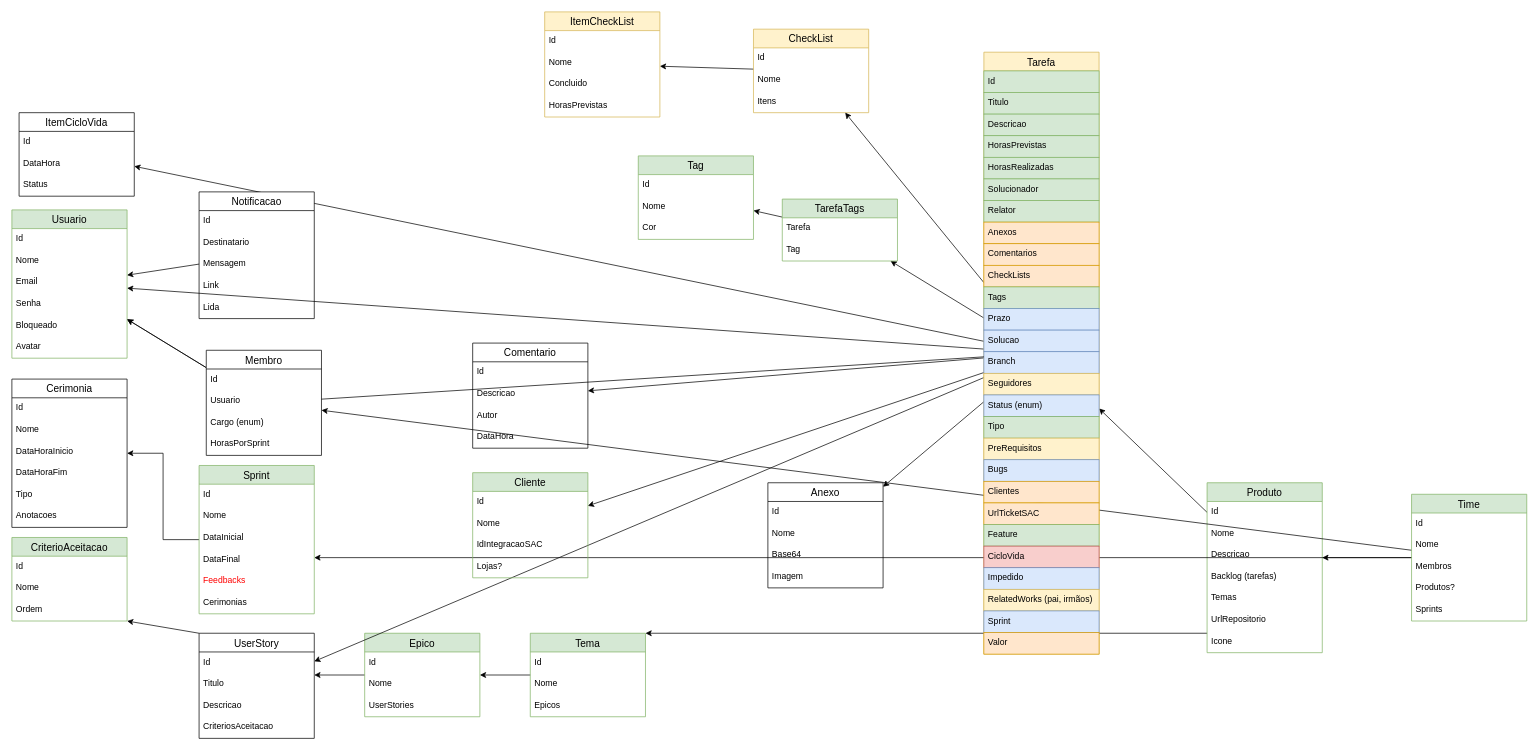
The draw.io diagram page "ordem" (2 of 2) of Agilis-Back/docs/Untitled Diagram.drawio in ddsdaniel/Agilis, before the edit. Source tidied: cells renumbered, new cells numbered last; positions are measured from the earlier drawing's top-left corner, leaving out a move shared by most shapes. Both pictures are drawn from the tidied source at 72%, with x=0, y=0 at pixel (12, 12).
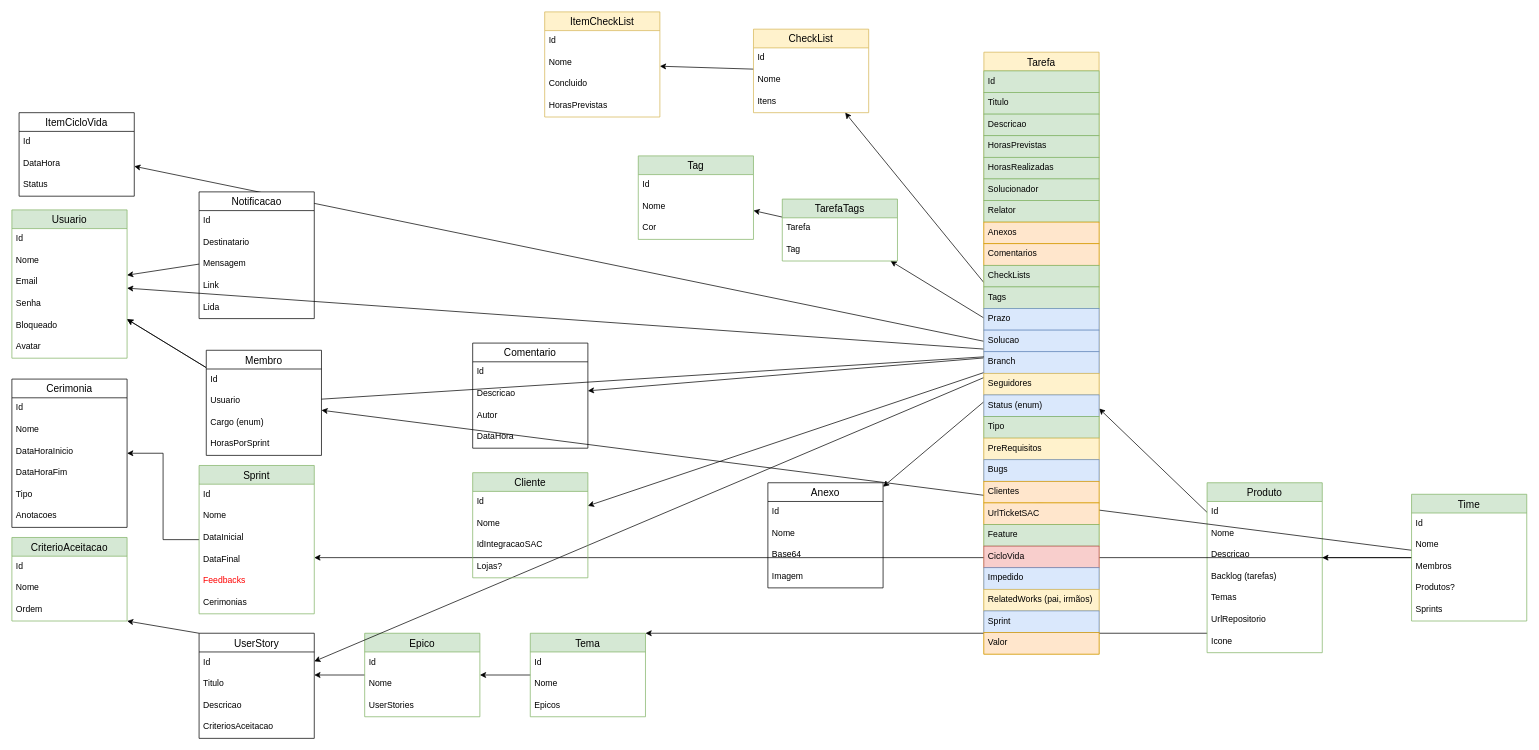
Above is the later version.

Unchanged cells that the change refers to:
```xml
<mxCell id="89" value="Tarefa" style="swimlane;fontStyle=0;horizontal=1;startSize=26;align=center;fontSize=14;fillColor=#fff2cc;strokeColor=#d6b656;" parent="1" vertex="1">
  <mxGeometry x="1350" y="56" width="160" height="836" as="geometry" />
</mxCell>
```

Diff of the diagram source:
```diff
@@
-    <mxCell id="99" value="CheckLists" style="text;strokeColor=#d79b00;fillColor=#ffe6cc;spacingLeft=4;spacingRight=4;overflow=hidden;fontSize=12;" parent="89" vertex="1">
+    <mxCell id="99" value="CheckLists" style="text;strokeColor=#82b366;fillColor=#d5e8d4;spacingLeft=4;spacingRight=4;overflow=hidden;fontSize=12;" parent="89" vertex="1">
       <mxGeometry y="296" width="160" height="30" as="geometry" />
     </mxCell>
```
